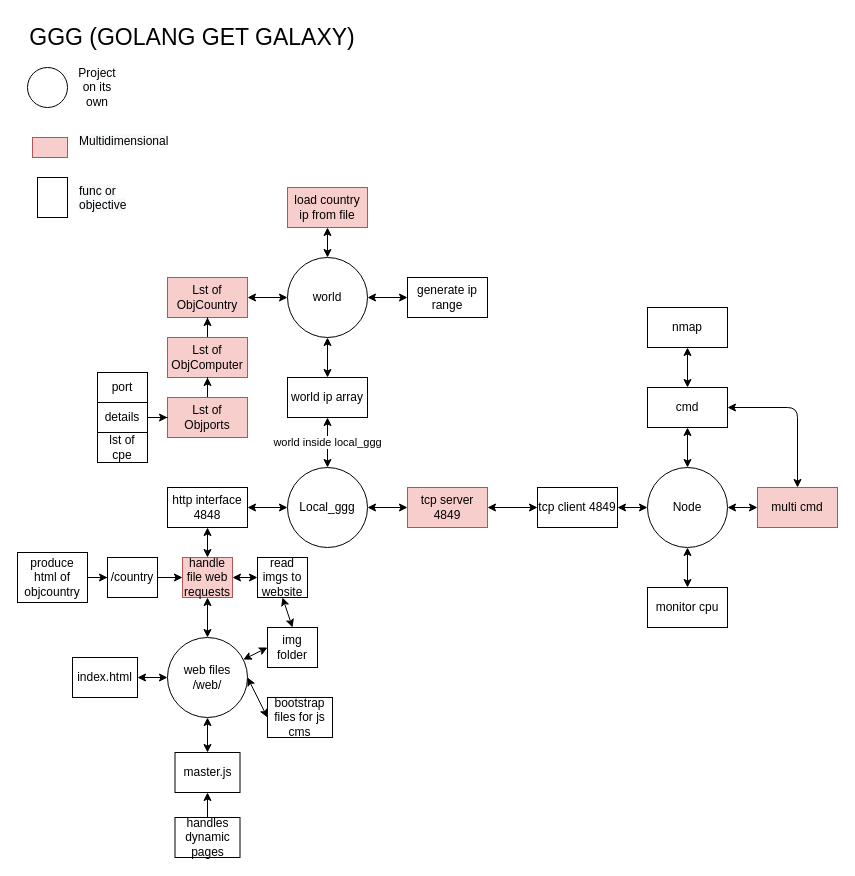
planetbridging/gogetgalaxy keeps this draw.io diagram as diagram_draw_io.drawio. Above is the earlier version. Source tidied: cells renumbered, new cells numbered last; positions are measured from the earlier drawing's top-left corner, leaving out a move shared by most shapes. Both pictures are drawn from the tidied source at 100%, with x=0, y=0 at pixel (17, 17).
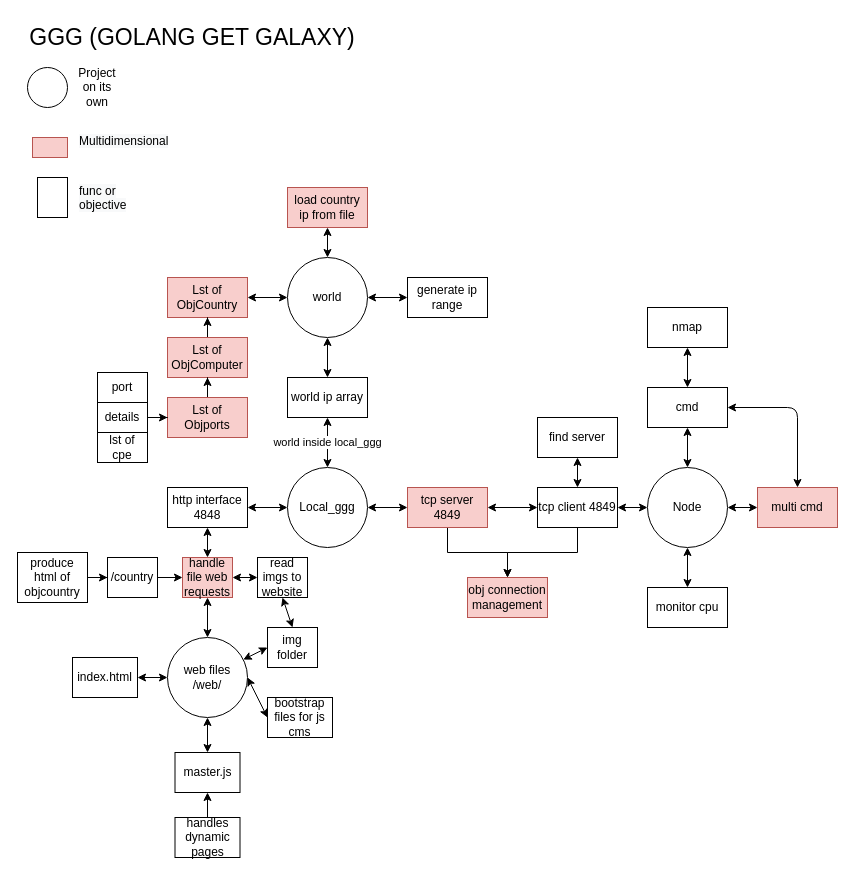
After the change.

Commit message (it also covers changes not shown here):
Update tcp lst obj network management

Updated diagram with obj network management

Unchanged cells that the change refers to:
```xml
<mxCell id="7" value="tcp server 4849" style="rounded=0;whiteSpace=wrap;html=1;fillColor=#f8cecc;strokeColor=#b85450;" parent="1" vertex="1">
  <mxGeometry x="390" y="470" width="80" height="40" as="geometry" />
</mxCell>
<mxCell id="14" value="tcp client 4849" style="rounded=0;whiteSpace=wrap;html=1;" parent="1" vertex="1">
  <mxGeometry x="520" y="470" width="80" height="40" as="geometry" />
</mxCell>
```

Diff of the diagram source:
```diff
@@
+    <mxCell id="66" style="edgeStyle=orthogonalEdgeStyle;rounded=0;jettySize=auto;html=1;entryX=0.5;entryY=0;entryDx=0;entryDy=0;" parent="1" edge="1" source="7" target="68">
+      <mxGeometry relative="1" as="geometry" />
+    </mxCell>
@@
+    <mxCell id="67" style="edgeStyle=orthogonalEdgeStyle;rounded=0;jettySize=auto;html=1;entryX=0.5;entryY=0;entryDx=0;entryDy=0;" parent="1" edge="1" source="14" target="68">
+      <mxGeometry relative="1" as="geometry" />
+    </mxCell>
@@
+    <mxCell id="68" value="obj connection management" style="rounded=0;whiteSpace=wrap;html=1;fillColor=#f8cecc;strokeColor=#b85450;" parent="1" vertex="1">
+      <mxGeometry x="450" y="560" width="80" height="40" as="geometry" />
+    </mxCell>
+    <mxCell id="69" value="find server" style="rounded=0;whiteSpace=wrap;html=1;" parent="1" vertex="1">
+      <mxGeometry x="520" y="400" width="80" height="40" as="geometry" />
+    </mxCell>
+    <mxCell id="70" style="endArrow=classic;startArrow=classic;html=1;entryX=0.5;entryY=1;entryDx=0;entryDy=0;exitX=0.5;exitY=0;exitDx=0;exitDy=0;" parent="1" edge="1" source="14" target="69">
+      <mxGeometry relative="1" as="geometry" />
+    </mxCell>
```
